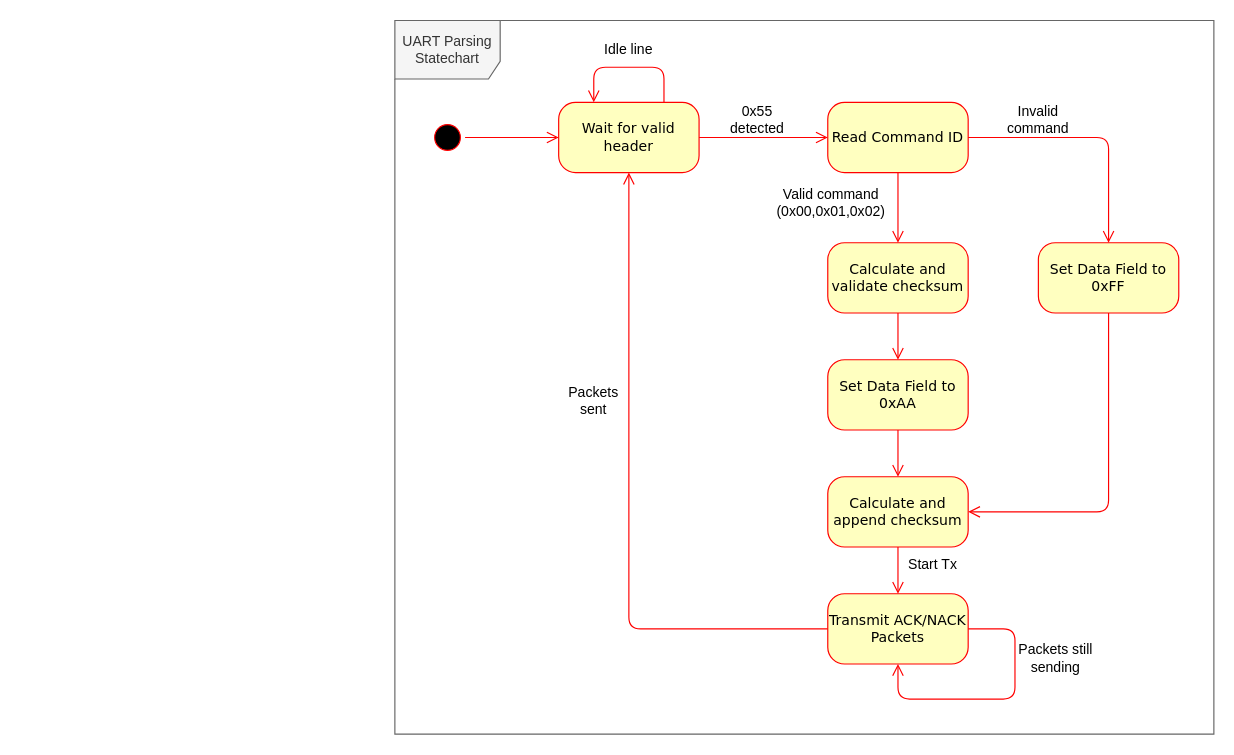
Before: UART_parsing.drawio in Brieee11/data-engineering-zoomcamp, a draw.io diagram. Source tidied: cells renumbered, new cells numbered last; positions are measured from the earlier drawing's top-left corner, leaving out a move shared by most shapes. Both pictures are drawn from the tidied source at 117%, with x=0, y=0 at pixel (394, 20).
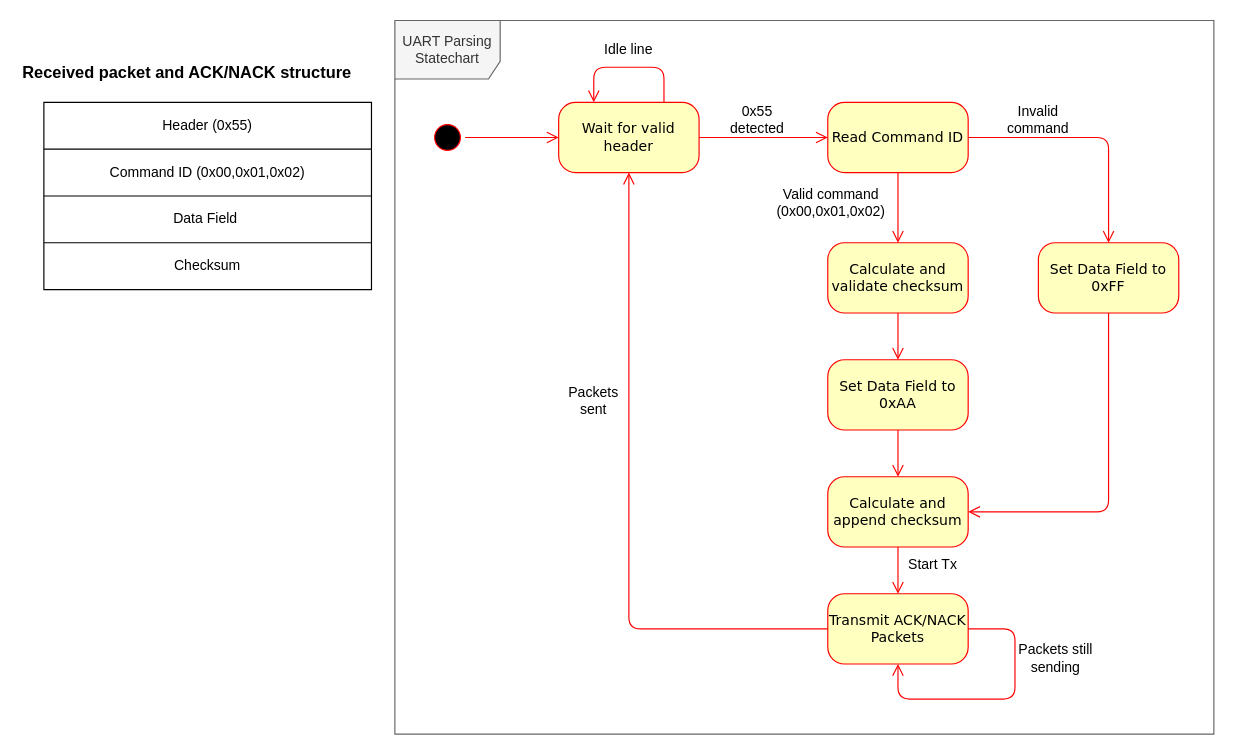
After the change.

Change to the diagram source:
```diff
@@
+    <mxCell id="29" value="&lt;b&gt;&lt;font style=&quot;font-size: 14px;&quot;&gt;Received packet and ACK/NACK structure&lt;/font&gt;&lt;/b&gt;" style="text;html=1;align=left;verticalAlign=middle;whiteSpace=wrap;rounded=0;" parent="1" vertex="1">
+      <mxGeometry x="-320" y="30" width="290" height="30" as="geometry" />
+    </mxCell>
+    <mxCell id="30" style="shape=table;startSize=0;childLayout=tableLayout;" parent="1" vertex="1">
+      <mxGeometry x="-300" y="70" width="280" height="160" as="geometry" />
+    </mxCell>
+    <mxCell id="31" style="shape=tableRow;horizontal=0;startSize=0;swimlaneHead=0;swimlaneBody=0;strokeColor=inherit;top=0;left=0;bottom=0;right=0;fillColor=none;" parent="30" vertex="1">
+      <mxGeometry width="280" height="40" as="geometry" />
+    </mxCell>
+    <mxCell id="32" value="Header (0x55)" style="shape=partialRectangle;html=1;whiteSpace=wrap;strokeColor=inherit;overflow=hidden;fillColor=none;top=0;left=0;bottom=0;right=0;" parent="31" vertex="1">
+      <mxGeometry width="280" height="40" as="geometry" />
+    </mxCell>
+    <mxCell id="33" style="shape=tableRow;horizontal=0;startSize=0;swimlaneHead=0;swimlaneBody=0;strokeColor=inherit;top=0;left=0;bottom=0;right=0;fillColor=none;" parent="30" vertex="1">
+      <mxGeometry y="40" width="280" height="40" as="geometry" />
+    </mxCell>
+    <mxCell id="34" value="Command ID (0x00,0x01,0x02)" style="shape=partialRectangle;html=1;whiteSpace=wrap;strokeColor=inherit;overflow=hidden;fillColor=none;top=0;left=0;bottom=0;right=0;" parent="33" vertex="1">
+      <mxGeometry width="280" height="40" as="geometry" />
+    </mxCell>
+    <mxCell id="35" style="shape=tableRow;horizontal=0;startSize=0;swimlaneHead=0;swimlaneBody=0;strokeColor=inherit;top=0;left=0;bottom=0;right=0;fillColor=none;" parent="30" vertex="1">
+      <mxGeometry y="80" width="280" height="40" as="geometry" />
+    </mxCell>
+    <mxCell id="36" value="Data Field&amp;nbsp;" style="shape=partialRectangle;html=1;whiteSpace=wrap;strokeColor=inherit;overflow=hidden;fillColor=none;top=0;left=0;bottom=0;right=0;" parent="35" vertex="1">
+      <mxGeometry width="280" height="40" as="geometry" />
+    </mxCell>
+    <mxCell id="37" style="shape=tableRow;horizontal=0;startSize=0;swimlaneHead=0;swimlaneBody=0;strokeColor=inherit;top=0;left=0;bottom=0;right=0;fillColor=none;" parent="30" vertex="1">
+      <mxGeometry y="120" width="280" height="40" as="geometry" />
+    </mxCell>
+    <mxCell id="38" value="Checksum" style="shape=partialRectangle;html=1;whiteSpace=wrap;strokeColor=inherit;overflow=hidden;fillColor=none;top=0;left=0;bottom=0;right=0;" parent="37" vertex="1">
+      <mxGeometry width="280" height="40" as="geometry" />
+    </mxCell>
```
